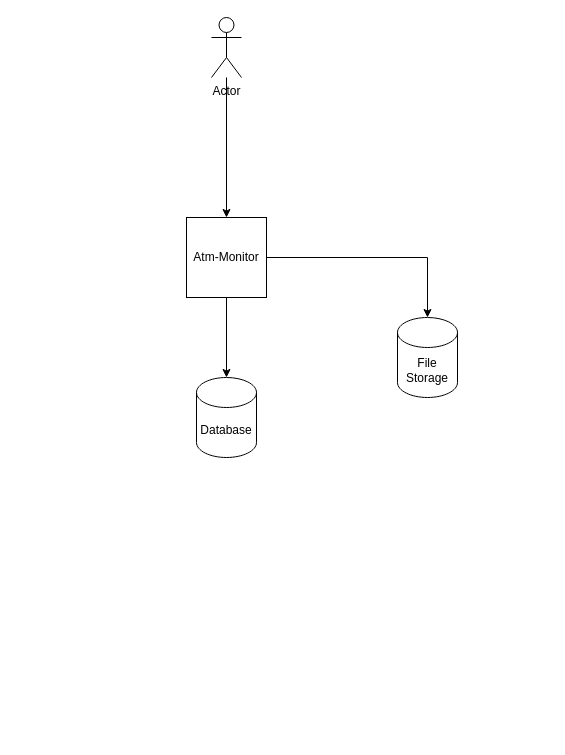
tejasvithe/AtmMonitor keeps this draw.io diagram as Atm-HLD.drawio. Above is the earlier version. Source tidied: cells renumbered, new cells numbered last; positions are measured from the earlier drawing's top-left corner, leaving out a move shared by most shapes. Both pictures are drawn from the tidied source at 100%, with x=0, y=0 at pixel (186, 17).
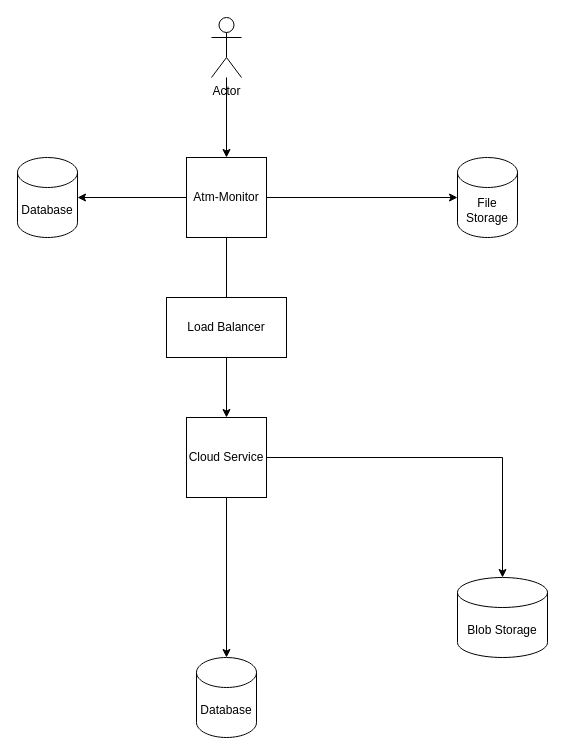
After the change.

The edit, as a diff of the source:
```diff
@@
 <mxGraphModel>
   <root>
     <mxCell id="0" />
     <mxCell id="1" parent="0" />
     <mxCell id="2" style="edgeStyle=orthogonalEdgeStyle;rounded=0;jettySize=auto;html=1;" parent="1" edge="1" source="3" target="6">
       <mxGeometry relative="1" as="geometry" />
     </mxCell>
     <mxCell id="3" value="Actor" style="shape=umlActor;verticalLabelPosition=bottom;verticalAlign=top;html=1;outlineConnect=0;" parent="1" vertex="1">
       <mxGeometry x="25" width="30" height="60" as="geometry" />
     </mxCell>
-    <mxCell id="4" style="edgeStyle=orthogonalEdgeStyle;rounded=0;jettySize=auto;html=1;" parent="1" edge="1" source="6" target="7">
+    <mxCell id="4" style="edgeStyle=orthogonalEdgeStyle;rounded=0;jettySize=auto;html=1;" parent="1" edge="1" source="11" target="7">
       <mxGeometry relative="1" as="geometry" />
     </mxCell>
     <mxCell id="5" style="edgeStyle=orthogonalEdgeStyle;rounded=0;jettySize=auto;html=1;" parent="1" edge="1" source="6" target="8">
       <mxGeometry relative="1" as="geometry" />
     </mxCell>
+    <mxCell id="9" style="edgeStyle=orthogonalEdgeStyle;rounded=0;jettySize=auto;html=1;entryX=1;entryY=0.5;entryDx=0;entryDy=0;entryPerimeter=0;" parent="1" edge="1" source="6" target="15">
+      <mxGeometry relative="1" as="geometry" />
+    </mxCell>
     <mxCell id="6" value="Atm-Monitor" style="whiteSpace=wrap;html=1;" parent="1" vertex="1">
-      <mxGeometry y="200" width="80" height="80" as="geometry" />
+      <mxGeometry y="140" width="80" height="80" as="geometry" />
     </mxCell>
     <mxCell id="7" value="Database" style="shape=cylinder3;whiteSpace=wrap;html=1;boundedLbl=1;backgroundOutline=1;size=15;" parent="1" vertex="1">
-      <mxGeometry x="10" y="360" width="60" height="80" as="geometry" />
+      <mxGeometry x="10" y="640" width="60" height="80" as="geometry" />
     </mxCell>
     <mxCell id="8" value="File Storage" style="shape=cylinder3;whiteSpace=wrap;html=1;boundedLbl=1;backgroundOutline=1;size=15;" parent="1" vertex="1">
-      <mxGeometry x="211" y="300" width="60" height="80" as="geometry" />
+      <mxGeometry x="271" y="140" width="60" height="80" as="geometry" />
     </mxCell>
+    <mxCell id="10" style="edgeStyle=orthogonalEdgeStyle;rounded=0;jettySize=auto;html=1;" parent="1" edge="1" source="6" target="11">
+      <mxGeometry relative="1" as="geometry" />
+    </mxCell>
+    <mxCell id="11" value="Cloud Service" style="whiteSpace=wrap;html=1;" parent="1" vertex="1">
+      <mxGeometry y="400" width="80" height="80" as="geometry" />
+    </mxCell>
+    <mxCell id="12" value="Load Balancer" style="rounded=0;whiteSpace=wrap;html=1;" parent="1" vertex="1">
+      <mxGeometry x="-20" y="280" width="120" height="60" as="geometry" />
+    </mxCell>
+    <mxCell id="13" value="Blob Storage" style="shape=cylinder3;whiteSpace=wrap;html=1;boundedLbl=1;backgroundOutline=1;size=15;" parent="1" vertex="1">
+      <mxGeometry x="271" y="560" width="90" height="80" as="geometry" />
+    </mxCell>
+    <mxCell id="14" style="edgeStyle=orthogonalEdgeStyle;rounded=0;jettySize=auto;html=1;entryX=0.5;entryY=0;entryDx=0;entryDy=0;entryPerimeter=0;" parent="1" edge="1" source="11" target="13">
+      <mxGeometry relative="1" as="geometry" />
+    </mxCell>
+    <mxCell id="15" value="Database" style="shape=cylinder3;whiteSpace=wrap;html=1;boundedLbl=1;backgroundOutline=1;size=15;" parent="1" vertex="1">
+      <mxGeometry x="-169" y="140" width="60" height="80" as="geometry" />
+    </mxCell>
   </root>
 </mxGraphModel>
```
